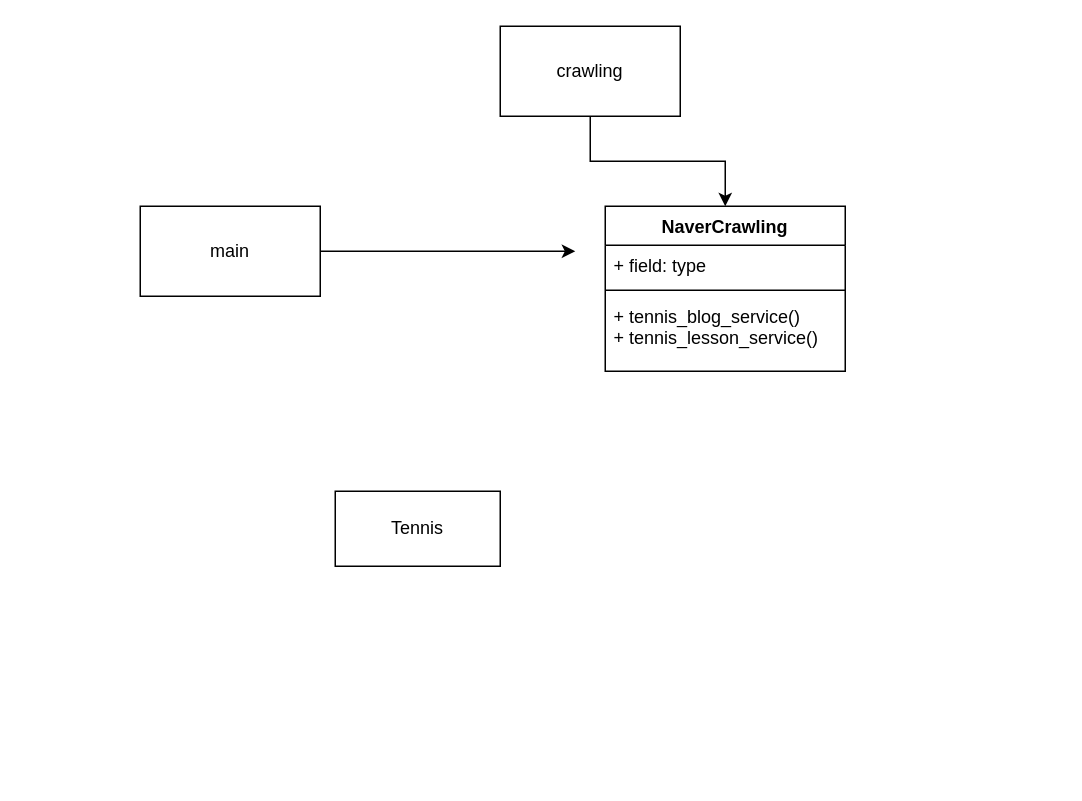
Earlier version of the draw.io diagram etc/Crawling-Diagram.drawio (Geol2/crawling-meme). Source tidied: cells renumbered, new cells numbered last; positions are measured from the earlier drawing's top-left corner, leaving out a move shared by most shapes. Both pictures are drawn from the tidied source at 150%, with x=0, y=0 at pixel (140, 26).
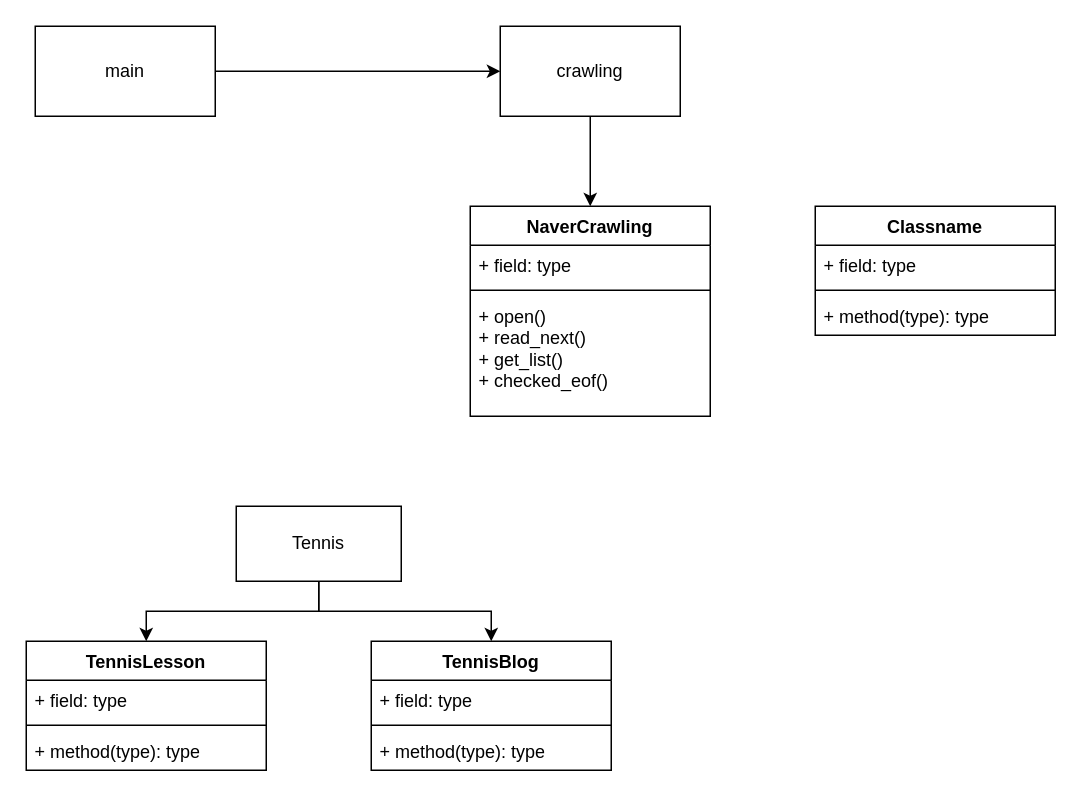
The same diagram, later.

The change refers to these unchanged cells:
```xml
<mxCell id="5" value="crawling" style="rounded=0;whiteSpace=wrap;html=1;" parent="1" vertex="1">
  <mxGeometry x="240" width="120" height="60" as="geometry" />
</mxCell>
```

What changed in the source:
```diff
@@
-    <mxCell id="2" style="edgeStyle=orthogonalEdgeStyle;rounded=0;jettySize=auto;html=1;" parent="1" edge="1" source="3">
-      <mxGeometry relative="1" as="geometry">
-        <mxPoint x="290" y="150" as="targetPoint" />
-      </mxGeometry>
+    <mxCell id="2" style="edgeStyle=orthogonalEdgeStyle;rounded=0;jettySize=auto;html=1;entryX=0;entryY=0.5;entryDx=0;entryDy=0;" parent="1" edge="1" source="3" target="5">
+      <mxGeometry relative="1" as="geometry" />
     </mxCell>
     <mxCell id="3" value="main" style="rounded=0;whiteSpace=wrap;html=1;" parent="1" vertex="1">
-      <mxGeometry y="120" width="120" height="60" as="geometry" />
+      <mxGeometry x="-70" width="120" height="60" as="geometry" />
     </mxCell>
@@
     <mxCell id="6" value="NaverCrawling" style="swimlane;fontStyle=1;align=center;verticalAlign=top;horizontal=1;startSize=26;whiteSpace=wrap;html=1;" parent="1" vertex="1">
-      <mxGeometry x="310" y="120" width="160" height="110" as="geometry" />
+      <mxGeometry x="220" y="120" width="160" height="140" as="geometry" />
     </mxCell>
@@
-    <mxCell id="9" value="+ tennis_blog_service()&lt;br&gt;+ tennis_lesson_service()" style="text;strokeColor=none;fillColor=none;align=left;verticalAlign=top;spacingLeft=4;spacingRight=4;overflow=hidden;whiteSpace=wrap;html=1;" parent="6" vertex="1">
-      <mxGeometry y="60" width="160" height="50" as="geometry" />
+    <mxCell id="9" value="+ open()&lt;br&gt;+ read_next()&lt;br&gt;+ get_list()&lt;br&gt;+ checked_eof()" style="text;strokeColor=none;fillColor=none;align=left;verticalAlign=top;spacingLeft=4;spacingRight=4;overflow=hidden;whiteSpace=wrap;html=1;" parent="6" vertex="1">
+      <mxGeometry y="60" width="160" height="80" as="geometry" />
     </mxCell>
+    <mxCell id="11" style="edgeStyle=orthogonalEdgeStyle;rounded=0;jettySize=auto;html=1;entryX=0.5;entryY=0;entryDx=0;entryDy=0;" parent="1" edge="1" source="10" target="13">
+      <mxGeometry relative="1" as="geometry" />
+    </mxCell>
+    <mxCell id="12" style="edgeStyle=orthogonalEdgeStyle;rounded=0;jettySize=auto;html=1;entryX=0.5;entryY=0;entryDx=0;entryDy=0;" parent="1" edge="1" source="10" target="17">
+      <mxGeometry relative="1" as="geometry" />
+    </mxCell>
     <mxCell id="10" value="Tennis" style="html=1;whiteSpace=wrap;" parent="1" vertex="1">
-      <mxGeometry x="130" y="310" width="110" height="50" as="geometry" />
+      <mxGeometry x="64" y="320" width="110" height="50" as="geometry" />
     </mxCell>
+    <mxCell id="13" value="TennisLesson" style="swimlane;fontStyle=1;align=center;verticalAlign=top;horizontal=1;startSize=26;whiteSpace=wrap;html=1;" parent="1" vertex="1">
+      <mxGeometry x="-76" y="410" width="160" height="86" as="geometry" />
+    </mxCell>
+    <mxCell id="14" value="+ field: type" style="text;strokeColor=none;fillColor=none;align=left;verticalAlign=top;spacingLeft=4;spacingRight=4;overflow=hidden;whiteSpace=wrap;html=1;" parent="13" vertex="1">
+      <mxGeometry y="26" width="160" height="26" as="geometry" />
+    </mxCell>
+    <mxCell id="15" style="line;strokeWidth=1;fillColor=none;align=left;verticalAlign=middle;spacingTop=-1;spacingLeft=3;spacingRight=3;labelPosition=right;strokeColor=inherit;" parent="13" vertex="1">
+      <mxGeometry y="52" width="160" height="8" as="geometry" />
+    </mxCell>
+    <mxCell id="16" value="+ method(type): type" style="text;strokeColor=none;fillColor=none;align=left;verticalAlign=top;spacingLeft=4;spacingRight=4;overflow=hidden;whiteSpace=wrap;html=1;" parent="13" vertex="1">
+      <mxGeometry y="60" width="160" height="26" as="geometry" />
+    </mxCell>
+    <mxCell id="17" value="TennisBlog" style="swimlane;fontStyle=1;align=center;verticalAlign=top;horizontal=1;startSize=26;whiteSpace=wrap;html=1;" parent="1" vertex="1">
+      <mxGeometry x="154" y="410" width="160" height="86" as="geometry" />
+    </mxCell>
+    <mxCell id="18" value="+ field: type" style="text;strokeColor=none;fillColor=none;align=left;verticalAlign=top;spacingLeft=4;spacingRight=4;overflow=hidden;whiteSpace=wrap;html=1;" parent="17" vertex="1">
+      <mxGeometry y="26" width="160" height="26" as="geometry" />
+    </mxCell>
+    <mxCell id="19" style="line;strokeWidth=1;fillColor=none;align=left;verticalAlign=middle;spacingTop=-1;spacingLeft=3;spacingRight=3;labelPosition=right;strokeColor=inherit;" parent="17" vertex="1">
+      <mxGeometry y="52" width="160" height="8" as="geometry" />
+    </mxCell>
+    <mxCell id="20" value="+ method(type): type" style="text;strokeColor=none;fillColor=none;align=left;verticalAlign=top;spacingLeft=4;spacingRight=4;overflow=hidden;whiteSpace=wrap;html=1;" parent="17" vertex="1">
+      <mxGeometry y="60" width="160" height="26" as="geometry" />
+    </mxCell>
+    <mxCell id="21" value="Classname" style="swimlane;fontStyle=1;align=center;verticalAlign=top;horizontal=1;startSize=26;whiteSpace=wrap;html=1;" parent="1" vertex="1">
+      <mxGeometry x="450" y="120" width="160" height="86" as="geometry" />
+    </mxCell>
+    <mxCell id="22" value="+ field: type" style="text;strokeColor=none;fillColor=none;align=left;verticalAlign=top;spacingLeft=4;spacingRight=4;overflow=hidden;whiteSpace=wrap;html=1;" parent="21" vertex="1">
+      <mxGeometry y="26" width="160" height="26" as="geometry" />
+    </mxCell>
+    <mxCell id="23" style="line;strokeWidth=1;fillColor=none;align=left;verticalAlign=middle;spacingTop=-1;spacingLeft=3;spacingRight=3;labelPosition=right;strokeColor=inherit;" parent="21" vertex="1">
+      <mxGeometry y="52" width="160" height="8" as="geometry" />
+    </mxCell>
+    <mxCell id="24" value="+ method(type): type" style="text;strokeColor=none;fillColor=none;align=left;verticalAlign=top;spacingLeft=4;spacingRight=4;overflow=hidden;whiteSpace=wrap;html=1;" parent="21" vertex="1">
+      <mxGeometry y="60" width="160" height="26" as="geometry" />
+    </mxCell>
```
